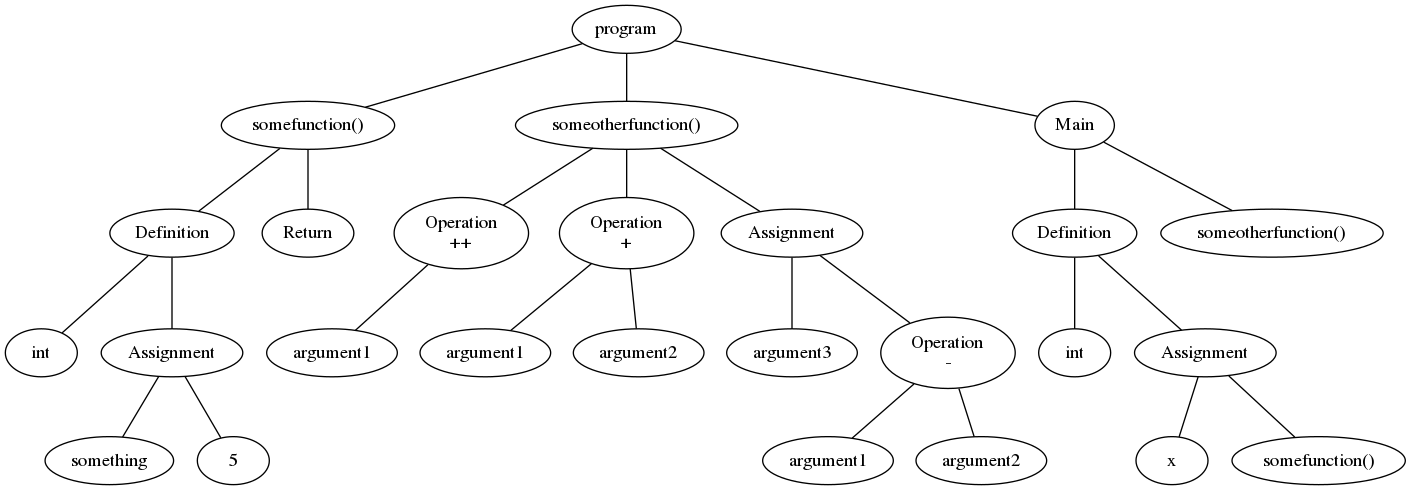
Earlier version of the Graphviz export AST.png (Danh95/Project-Compilers). Its source is kept beside it as AST.dot.
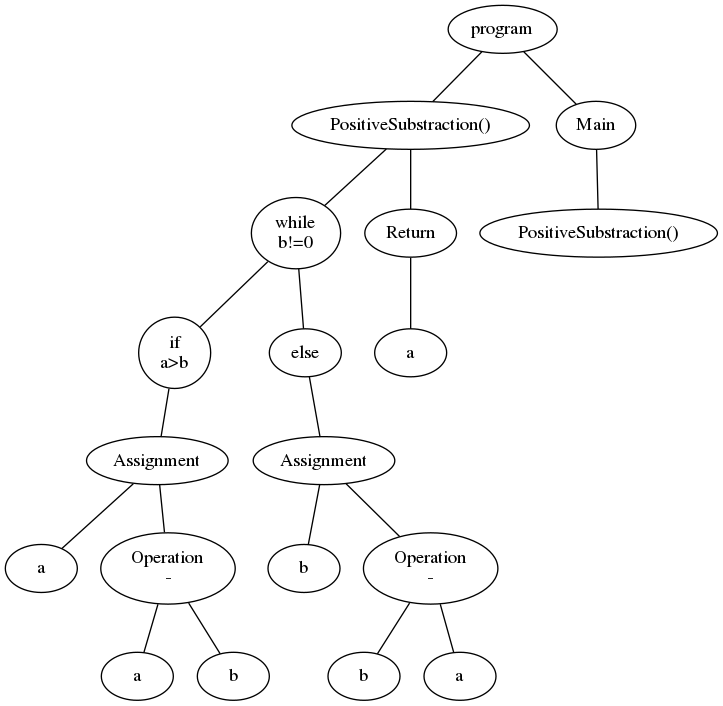
Above is the later version.

The edit, as a diff of the source:
```diff
@@ -1,57 +1,44 @@
 graph AST {
 0[label="program"];
-1[label="somefunction()"];
+1[label="PositiveSubstraction()"];
 0 -- 1;
-2[label="Definition"];
+2[label="while
+b!=0"];
 1 -- 2;
-3[label="int"];
+3[label="if
+a>b"];
 2 -- 3;
 4[label="Assignment"];
-2 -- 4;
-5[label="something"];
+3 -- 4;
+5[label="a"];
 4 -- 5;
-6[label="5"];
+6[label="Operation
+-"];
 4 -- 6;
-7[label="Return"];
-1 -- 7;
-8[label="someotherfunction()"];
-0 -- 8;
-9[label="Operation
-++"];
-8 -- 9;
-10[label="argument1"];
+7[label="a"];
+6 -- 7;
+8[label="b"];
+6 -- 8;
+9[label="else"];
+2 -- 9;
+10[label="Assignment"];
 9 -- 10;
-11[label="Operation
-+"];
-8 -- 11;
-12[label="argument1"];
-11 -- 12;
-13[label="argument2"];
-11 -- 13;
-14[label="Assignment"];
-8 -- 14;
-15[label="argument3"];
-14 -- 15;
-16[label="Operation
+11[label="b"];
+10 -- 11;
+12[label="Operation
 -"];
-14 -- 16;
-17[label="argument1"];
-16 -- 17;
-18[label="argument2"];
-16 -- 18;
-19[label="Main"];
-0 -- 19;
-20[label="Definition"];
-19 -- 20;
-21[label="int"];
-20 -- 21;
-22[label="Assignment"];
-20 -- 22;
-23[label="x"];
-22 -- 23;
-24[label="somefunction()"];
-22 -- 24;
-25[label="someotherfunction()"];
-19 -- 25;
+10 -- 12;
+13[label="b"];
+12 -- 13;
+14[label="a"];
+12 -- 14;
+15[label="Return"];
+1 -- 15;
+16[label="a"];
+15 -- 16;
+17[label="Main"];
+0 -- 17;
+18[label="PositiveSubstraction()"];
+17 -- 18;
 
 }
```
